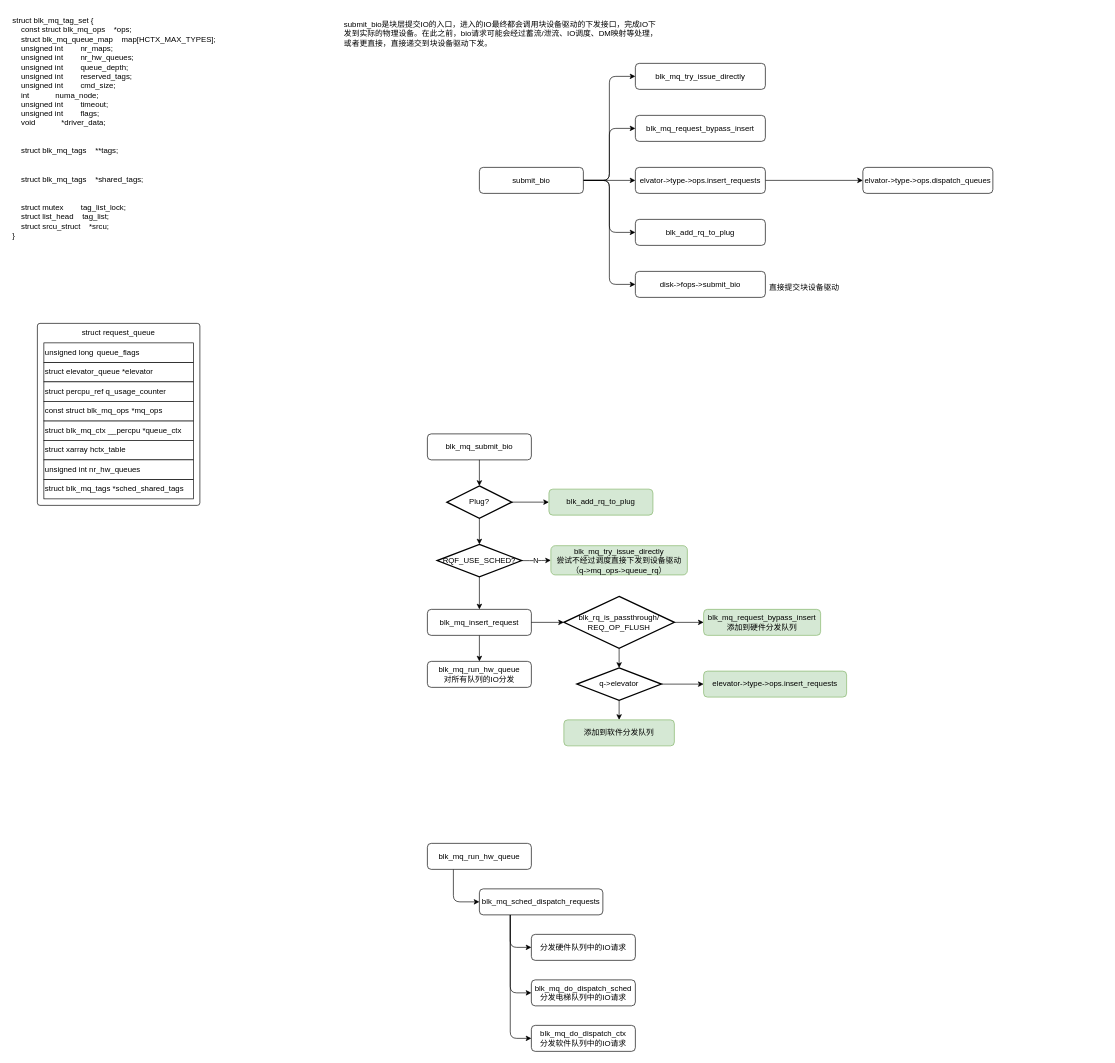
The draw.io diagram page "blk_mq" (3 of 11) of linux/linux_block.drawio in Aspiresky/draw.io, before the edit. Source tidied: cells renumbered, new cells numbered last; positions are measured from the earlier drawing's top-left corner, leaving out a move shared by most shapes. Both pictures are drawn from the tidied source at 65%, with x=0, y=0 at pixel (11, 11).
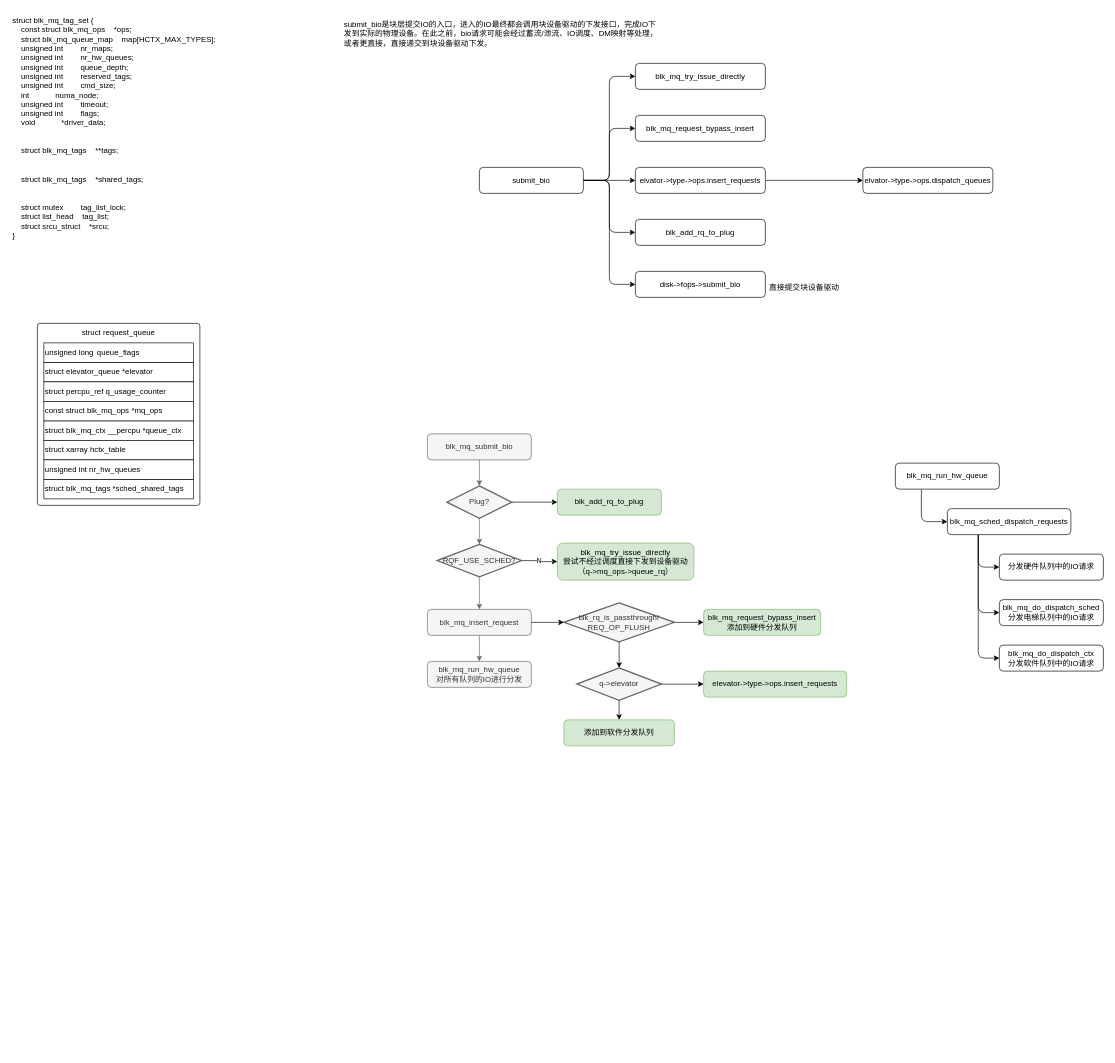
The same diagram, later.

Diff of the diagram source:
```diff
@@
-    <mxCell id="27" value="blk_mq_submit_bio" style="rounded=1;whiteSpace=wrap;html=1;" parent="1" vertex="1">
+    <mxCell id="27" value="blk_mq_submit_bio" style="rounded=1;whiteSpace=wrap;html=1;fillColor=#f5f5f5;fontColor=#333333;strokeColor=#666666;" parent="1" vertex="1">
       <mxGeometry x="640" y="650" width="160" height="40" as="geometry" />
     </mxCell>
@@
     <mxCell id="29" value="blk_mq_run_hw_queue" style="rounded=1;whiteSpace=wrap;html=1;" parent="1" vertex="1">
-      <mxGeometry x="640" y="1280" width="160" height="40" as="geometry" />
+      <mxGeometry x="1360" y="695" width="160" height="40" as="geometry" />
     </mxCell>
@@
-    <mxCell id="31" value="Plug?" style="strokeWidth=2;html=1;shape=mxgraph.flowchart.decision;whiteSpace=wrap;" parent="1" vertex="1">
+    <mxCell id="31" value="Plug?" style="strokeWidth=2;html=1;shape=mxgraph.flowchart.decision;whiteSpace=wrap;fillColor=#f5f5f5;fontColor=#333333;strokeColor=#666666;" parent="1" vertex="1">
       <mxGeometry x="670" y="730" width="100" height="50" as="geometry" />
     </mxCell>
-    <mxCell id="32" style="edgeStyle=orthogonalEdgeStyle;rounded=1;jettySize=auto;html=1;exitX=0.5;exitY=1;exitDx=0;exitDy=0;entryX=0.5;entryY=0;entryDx=0;entryDy=0;entryPerimeter=0;curved=0;" parent="1" edge="1" source="27" target="31">
+    <mxCell id="32" style="edgeStyle=orthogonalEdgeStyle;rounded=1;jettySize=auto;html=1;exitX=0.5;exitY=1;exitDx=0;exitDy=0;entryX=0.5;entryY=0;entryDx=0;entryDy=0;entryPerimeter=0;curved=0;fillColor=#f5f5f5;strokeColor=#666666;" parent="1" edge="1" source="27" target="31">
       <mxGeometry relative="1" as="geometry" />
     </mxCell>
@@
-    <mxCell id="35" style="edgeStyle=orthogonalEdgeStyle;shape=connector;curved=0;rounded=1;jettySize=auto;html=1;exitX=0.5;exitY=1;exitDx=0;exitDy=0;exitPerimeter=0;strokeColor=default;align=center;verticalAlign=middle;fontFamily=Helvetica;fontSize=11;fontColor=default;labelBackgroundColor=default;endArrow=classic;" parent="1" edge="1" source="36" target="39">
+    <mxCell id="35" style="edgeStyle=orthogonalEdgeStyle;shape=connector;curved=0;rounded=1;jettySize=auto;html=1;exitX=0.5;exitY=1;exitDx=0;exitDy=0;exitPerimeter=0;strokeColor=#666666;align=center;verticalAlign=middle;fontFamily=Helvetica;fontSize=11;fontColor=default;labelBackgroundColor=default;endArrow=classic;fillColor=#f5f5f5;" parent="1" edge="1" source="36" target="39">
       <mxGeometry relative="1" as="geometry" />
     </mxCell>
-    <mxCell id="36" value="RQF_USE_SCHED?" style="strokeWidth=2;html=1;shape=mxgraph.flowchart.decision;whiteSpace=wrap;" parent="1" vertex="1">
+    <mxCell id="36" value="RQF_USE_SCHED?" style="strokeWidth=2;html=1;shape=mxgraph.flowchart.decision;whiteSpace=wrap;fillColor=#f5f5f5;fontColor=#333333;strokeColor=#666666;" parent="1" vertex="1">
       <mxGeometry x="655" y="820" width="130" height="50" as="geometry" />
     </mxCell>
     <mxCell id="37" value="blk_mq_try_issue_directly&lt;div&gt;尝试不经过调度直接下发到设备驱动（&lt;span style=&quot;background-color: transparent; color: light-dark(rgb(0, 0, 0), rgb(255, 255, 255));&quot;&gt;q-&amp;gt;mq_ops-&amp;gt;queue_rq&lt;/span&gt;&lt;span style=&quot;background-color: transparent; color: light-dark(rgb(0, 0, 0), rgb(255, 255, 255));&quot;&gt;）&lt;/span&gt;&lt;/div&gt;" style="rounded=1;whiteSpace=wrap;html=1;fillColor=#d5e8d4;strokeColor=#82b366;" parent="1" vertex="1">
-      <mxGeometry x="830" y="822" width="210" height="45" as="geometry" />
+      <mxGeometry x="840" y="818" width="210" height="57" as="geometry" />
     </mxCell>
-    <mxCell id="38" style="edgeStyle=orthogonalEdgeStyle;shape=connector;curved=0;rounded=1;jettySize=auto;html=1;exitX=0.5;exitY=1;exitDx=0;exitDy=0;entryX=0.5;entryY=0;entryDx=0;entryDy=0;strokeColor=default;align=center;verticalAlign=middle;fontFamily=Helvetica;fontSize=11;fontColor=default;labelBackgroundColor=default;endArrow=classic;" parent="1" edge="1" source="39" target="41">
+    <mxCell id="38" style="edgeStyle=orthogonalEdgeStyle;shape=connector;curved=0;rounded=1;jettySize=auto;html=1;exitX=0.5;exitY=1;exitDx=0;exitDy=0;entryX=0.5;entryY=0;entryDx=0;entryDy=0;strokeColor=#666666;align=center;verticalAlign=middle;fontFamily=Helvetica;fontSize=11;fontColor=default;labelBackgroundColor=default;endArrow=classic;fillColor=#f5f5f5;" parent="1" edge="1" source="39" target="41">
       <mxGeometry relative="1" as="geometry" />
     </mxCell>
-    <mxCell id="39" value="blk_mq_insert_request" style="rounded=1;whiteSpace=wrap;html=1;" parent="1" vertex="1">
+    <mxCell id="39" value="blk_mq_insert_request" style="rounded=1;whiteSpace=wrap;html=1;fillColor=#f5f5f5;fontColor=#333333;strokeColor=#666666;" parent="1" vertex="1">
       <mxGeometry x="640" y="920" width="160" height="40" as="geometry" />
     </mxCell>
-    <mxCell id="40" style="edgeStyle=orthogonalEdgeStyle;shape=connector;curved=0;rounded=1;jettySize=auto;html=1;exitX=0.5;exitY=1;exitDx=0;exitDy=0;exitPerimeter=0;entryX=0.5;entryY=0;entryDx=0;entryDy=0;entryPerimeter=0;strokeColor=default;align=center;verticalAlign=middle;fontFamily=Helvetica;fontSize=11;fontColor=default;labelBackgroundColor=default;endArrow=classic;" parent="1" edge="1" source="31" target="36">
+    <mxCell id="40" style="edgeStyle=orthogonalEdgeStyle;shape=connector;curved=0;rounded=1;jettySize=auto;html=1;exitX=0.5;exitY=1;exitDx=0;exitDy=0;exitPerimeter=0;entryX=0.5;entryY=0;entryDx=0;entryDy=0;entryPerimeter=0;strokeColor=#666666;align=center;verticalAlign=middle;fontFamily=Helvetica;fontSize=11;fontColor=default;labelBackgroundColor=default;endArrow=classic;fillColor=#f5f5f5;" parent="1" edge="1" source="31" target="36">
       <mxGeometry relative="1" as="geometry" />
     </mxCell>
-    <mxCell id="41" value="blk_mq_run_hw_queue&lt;div&gt;对所有队列的IO分发&lt;/div&gt;" style="rounded=1;whiteSpace=wrap;html=1;" parent="1" vertex="1">
+    <mxCell id="41" value="blk_mq_run_hw_queue&lt;div&gt;对所有队列的IO进行分发&lt;/div&gt;" style="rounded=1;whiteSpace=wrap;html=1;fillColor=#f5f5f5;fontColor=#333333;strokeColor=#666666;" parent="1" vertex="1">
       <mxGeometry x="640" y="1000" width="160" height="40" as="geometry" />
     </mxCell>
@@
-    <mxCell id="43" value="blk_rq_is_passthrough/&lt;div&gt;REQ_OP_FLUSH&lt;/div&gt;" style="strokeWidth=2;html=1;shape=mxgraph.flowchart.decision;whiteSpace=wrap;" parent="1" vertex="1">
-      <mxGeometry x="850" y="900" width="170" height="80" as="geometry" />
+    <mxCell id="43" value="blk_rq_is_passthrough/&lt;div&gt;REQ_OP_FLUSH&lt;/div&gt;" style="strokeWidth=2;html=1;shape=mxgraph.flowchart.decision;whiteSpace=wrap;fillColor=#f5f5f5;fontColor=#333333;strokeColor=#666666;" parent="1" vertex="1">
+      <mxGeometry x="850" y="910" width="170" height="60" as="geometry" />
     </mxCell>
@@
-    <mxCell id="48" value="q-&amp;gt;elevator" style="strokeWidth=2;html=1;shape=mxgraph.flowchart.decision;whiteSpace=wrap;" parent="1" vertex="1">
+    <mxCell id="48" value="q-&amp;gt;elevator" style="strokeWidth=2;html=1;shape=mxgraph.flowchart.decision;whiteSpace=wrap;fillColor=#f5f5f5;fontColor=#333333;strokeColor=#666666;" parent="1" vertex="1">
       <mxGeometry x="870" y="1010" width="130" height="50" as="geometry" />
     </mxCell>
@@
     <mxCell id="52" value="blk_add_rq_to_plug" style="rounded=1;whiteSpace=wrap;html=1;fillColor=#d5e8d4;strokeColor=#82b366;" parent="1" vertex="1">
-      <mxGeometry x="827" y="735" width="160" height="40" as="geometry" />
+      <mxGeometry x="840" y="735" width="160" height="40" as="geometry" />
     </mxCell>
@@
     <mxCell id="56" value="blk_mq_sched_dispatch_requests" style="rounded=1;whiteSpace=wrap;html=1;" parent="1" vertex="1">
-      <mxGeometry x="720" y="1350" width="190" height="40" as="geometry" />
+      <mxGeometry x="1440" y="765" width="190" height="40" as="geometry" />
     </mxCell>
     <mxCell id="57" value="分发硬件队列中的IO请求" style="rounded=1;whiteSpace=wrap;html=1;" parent="1" vertex="1">
-      <mxGeometry x="800" y="1420" width="160" height="40" as="geometry" />
+      <mxGeometry x="1520" y="835" width="160" height="40" as="geometry" />
     </mxCell>
     <mxCell id="58" value="blk_mq_do_dispatch_sched&lt;div&gt;分发电梯队列中的IO请求&lt;/div&gt;" style="rounded=1;whiteSpace=wrap;html=1;" parent="1" vertex="1">
-      <mxGeometry x="800" y="1490" width="160" height="40" as="geometry" />
+      <mxGeometry x="1520" y="905" width="160" height="40" as="geometry" />
     </mxCell>
     <mxCell id="59" value="blk_mq_do_dispatch_ctx&lt;div&gt;分发软件队列中的IO请求&lt;/div&gt;" style="rounded=1;whiteSpace=wrap;html=1;" parent="1" vertex="1">
-      <mxGeometry x="800" y="1560" width="160" height="40" as="geometry" />
+      <mxGeometry x="1520" y="975" width="160" height="40" as="geometry" />
     </mxCell>
```
